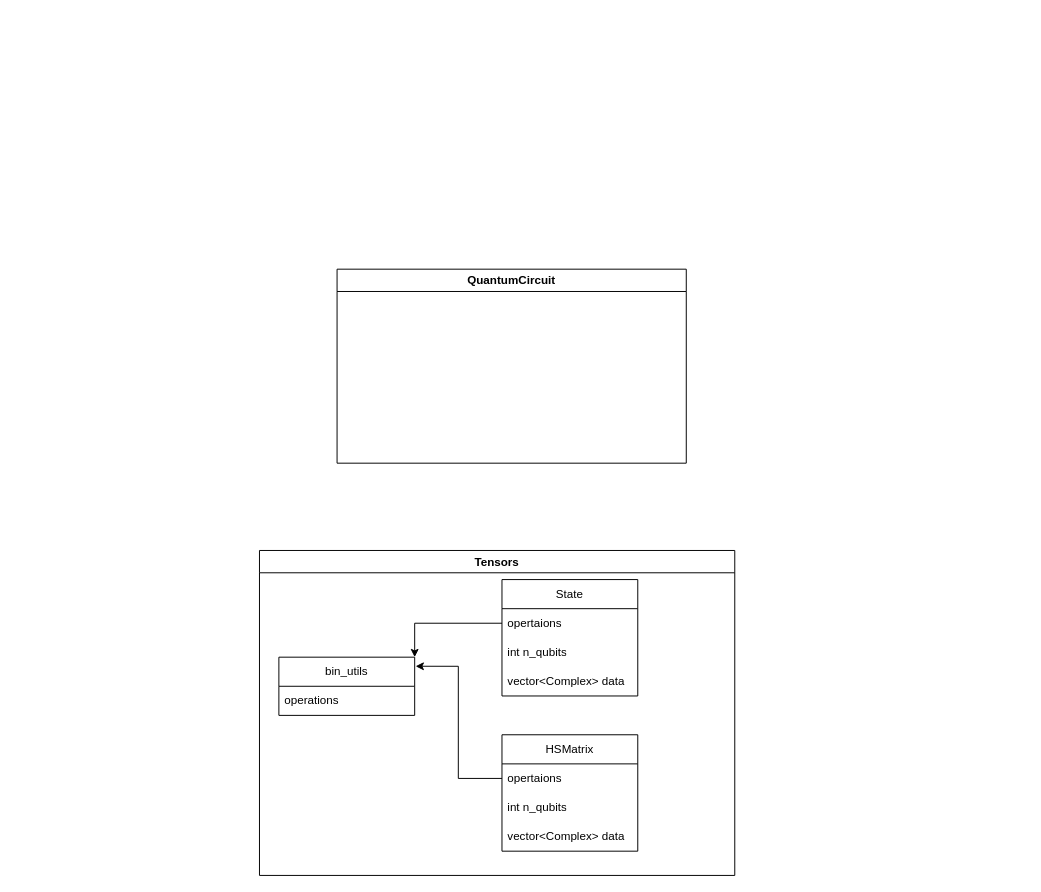
This is Untitled Diagram.drawio from DanilkaFish/QuantumSim, a draw.io file, before an edit. Source tidied: cells renumbered, new cells numbered last; positions are measured from the earlier drawing's top-left corner, leaving out a move shared by most shapes. Both pictures are drawn from the tidied source at 97%, with x=0, y=0 at pixel (259, 269).
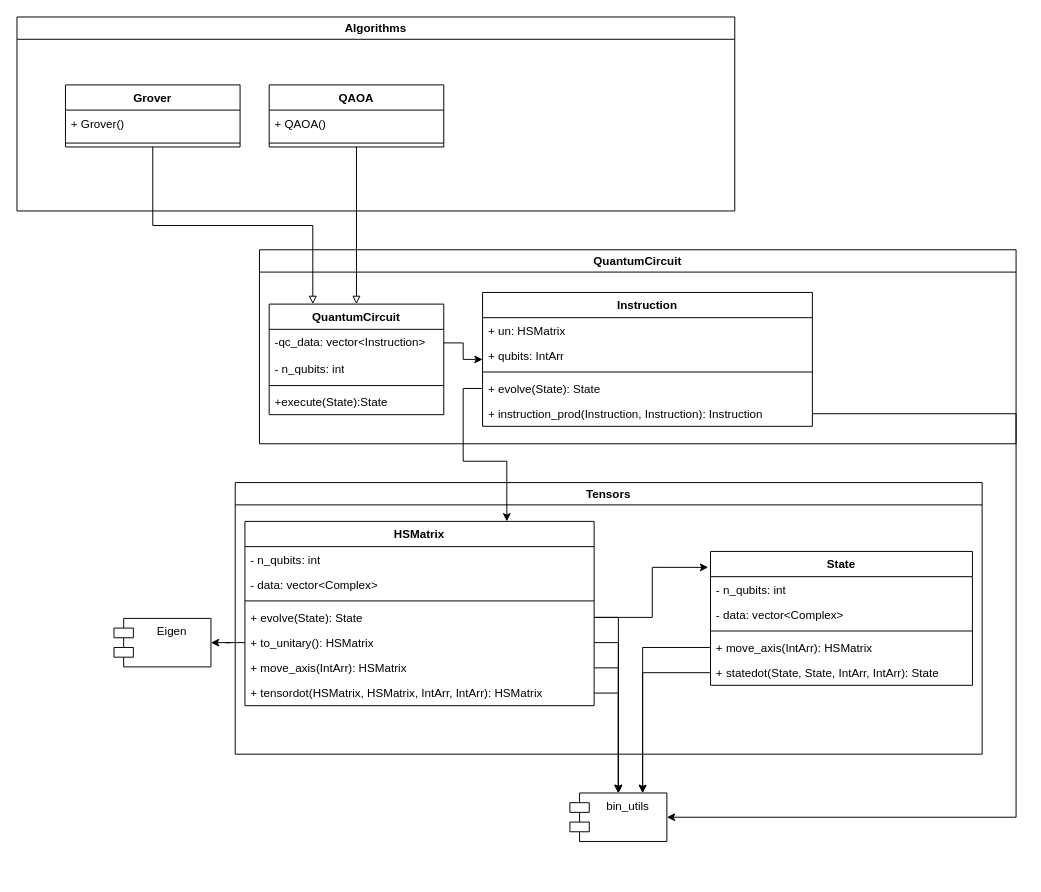
After the change.

Diff of the diagram source:
```diff
@@
     <mxCell id="2" value="&lt;div&gt;Tensors&lt;/div&gt;" style="swimlane;whiteSpace=wrap;html=1;rounded=0;" parent="1" vertex="1">
-      <mxGeometry y="290" width="490" height="335" as="geometry" />
+      <mxGeometry x="-25" y="220" width="770" height="280" as="geometry" />
     </mxCell>
+    <mxCell id="9" value="&lt;div&gt;HSMatrix&lt;/div&gt;" style="swimlane;fontStyle=1;align=center;verticalAlign=top;horizontal=1;startSize=26;whiteSpace=wrap;html=1;" parent="2" vertex="1">
+      <mxGeometry x="10" y="40" width="360" height="190" as="geometry" />
+    </mxCell>
+    <mxCell id="16" value="- n_qubits: int" style="text;strokeColor=none;fillColor=none;align=left;verticalAlign=top;spacingLeft=4;spacingRight=4;overflow=hidden;whiteSpace=wrap;html=1;" parent="9" vertex="1">
+      <mxGeometry y="26" width="360" height="26" as="geometry" />
+    </mxCell>
+    <mxCell id="17" value="- data:  vector&amp;lt;Complex&amp;gt; " style="text;strokeColor=none;fillColor=none;align=left;verticalAlign=top;spacingLeft=4;spacingRight=4;overflow=hidden;whiteSpace=wrap;html=1;" parent="9" vertex="1">
+      <mxGeometry y="52" width="360" height="26" as="geometry" />
+    </mxCell>
+    <mxCell id="18" style="line;strokeWidth=1;fillColor=none;align=left;verticalAlign=middle;spacingTop=-1;spacingLeft=3;spacingRight=3;labelPosition=right;strokeColor=inherit;" parent="9" vertex="1">
+      <mxGeometry y="78" width="360" height="8" as="geometry" />
+    </mxCell>
+    <mxCell id="19" value="+ evolve(State): State" style="text;strokeColor=none;fillColor=none;align=left;verticalAlign=top;spacingLeft=4;spacingRight=4;overflow=hidden;points=[[0,0.5],[1,0.5]];portConstraint=eastwest;whiteSpace=wrap;html=1;" parent="9" vertex="1">
+      <mxGeometry y="86" width="360" height="26" as="geometry" />
+    </mxCell>
+    <mxCell id="20" value="+ to_unitary(): HSMatrix" style="text;strokeColor=none;fillColor=none;align=left;verticalAlign=top;spacingLeft=4;spacingRight=4;overflow=hidden;points=[[0,0.5],[1,0.5]];portConstraint=eastwest;whiteSpace=wrap;html=1;" parent="9" vertex="1">
+      <mxGeometry y="112" width="360" height="26" as="geometry" />
+    </mxCell>
+    <mxCell id="21" value="+ move_axis(IntArr): HSMatrix" style="text;strokeColor=none;fillColor=none;align=left;verticalAlign=top;spacingLeft=4;spacingRight=4;overflow=hidden;points=[[0,0.5],[1,0.5]];portConstraint=eastwest;whiteSpace=wrap;html=1;" parent="9" vertex="1">
+      <mxGeometry y="138" width="360" height="26" as="geometry" />
+    </mxCell>
+    <mxCell id="22" value="+ tensordot(HSMatrix, HSMatrix, IntArr, IntArr): HSMatrix" style="text;strokeColor=none;fillColor=none;align=left;verticalAlign=top;spacingLeft=4;spacingRight=4;overflow=hidden;points=[[0,0.5],[1,0.5]];portConstraint=eastwest;whiteSpace=wrap;html=1;" parent="9" vertex="1">
+      <mxGeometry y="164" width="360" height="26" as="geometry" />
+    </mxCell>
+    <mxCell id="5" value="&lt;div&gt;State&lt;/div&gt;&lt;div&gt;&lt;br&gt;&lt;/div&gt;" style="swimlane;fontStyle=1;align=center;verticalAlign=top;horizontal=1;startSize=26;whiteSpace=wrap;html=1;" parent="2" vertex="1">
+      <mxGeometry x="490" y="71" width="270" height="138" as="geometry" />
+    </mxCell>
+    <mxCell id="23" value="- n_qubits: int" style="text;strokeColor=none;fillColor=none;align=left;verticalAlign=top;spacingLeft=4;spacingRight=4;overflow=hidden;whiteSpace=wrap;html=1;" parent="5" vertex="1">
+      <mxGeometry y="26" width="270" height="26" as="geometry" />
+    </mxCell>
+    <mxCell id="24" value="- data:  vector&amp;lt;Complex&amp;gt; " style="text;strokeColor=none;fillColor=none;align=left;verticalAlign=top;spacingLeft=4;spacingRight=4;overflow=hidden;whiteSpace=wrap;html=1;" parent="5" vertex="1">
+      <mxGeometry y="52" width="270" height="26" as="geometry" />
+    </mxCell>
+    <mxCell id="25" style="line;strokeWidth=1;fillColor=none;align=left;verticalAlign=middle;spacingTop=-1;spacingLeft=3;spacingRight=3;labelPosition=right;strokeColor=inherit;" parent="5" vertex="1">
+      <mxGeometry y="78" width="270" height="8" as="geometry" />
+    </mxCell>
+    <mxCell id="26" value="+ move_axis(IntArr): HSMatrix" style="text;strokeColor=none;fillColor=none;align=left;verticalAlign=top;spacingLeft=4;spacingRight=4;overflow=hidden;points=[[0,0.5],[1,0.5]];portConstraint=eastwest;whiteSpace=wrap;html=1;" parent="5" vertex="1">
+      <mxGeometry y="86" width="270" height="26" as="geometry" />
+    </mxCell>
+    <mxCell id="27" value="&lt;div&gt;+ statedot(State, State, IntArr, IntArr): State&lt;/div&gt;" style="text;strokeColor=none;fillColor=none;align=left;verticalAlign=top;spacingLeft=4;spacingRight=4;overflow=hidden;points=[[0,0.5],[1,0.5]];portConstraint=eastwest;whiteSpace=wrap;html=1;" parent="5" vertex="1">
+      <mxGeometry y="112" width="270" height="26" as="geometry" />
+    </mxCell>
+    <mxCell id="28" style="edgeStyle=orthogonalEdgeStyle;rounded=0;jettySize=auto;html=1;entryX=-0.009;entryY=0.119;entryDx=0;entryDy=0;entryPerimeter=0;" parent="2" edge="1" source="19" target="5">
+      <mxGeometry relative="1" as="geometry" />
+    </mxCell>
+    <mxCell id="15" value="&lt;div&gt;QuantumCircuit&lt;/div&gt;" style="swimlane;whiteSpace=wrap;html=1;" parent="1" vertex="1">
+      <mxGeometry y="-20" width="780" height="200" as="geometry" />
+    </mxCell>
+    <mxCell id="29" value="QuantumCircuit" style="swimlane;fontStyle=1;align=center;verticalAlign=top;horizontal=1;startSize=26;whiteSpace=wrap;html=1;" parent="15" vertex="1">
+      <mxGeometry x="10" y="56" width="180" height="114" as="geometry" />
+    </mxCell>
+    <mxCell id="30" value="&lt;div&gt;-qc_data: vector&amp;lt;Instruction&amp;gt;&lt;/div&gt;" style="text;strokeColor=none;fillColor=none;align=left;verticalAlign=top;spacingLeft=4;spacingRight=4;overflow=hidden;points=[[0,0.5],[1,0.5]];portConstraint=eastwest;whiteSpace=wrap;html=1;" parent="29" vertex="1">
+      <mxGeometry y="26" width="180" height="28" as="geometry" />
+    </mxCell>
+    <mxCell id="31" value="- n_qubits: int" style="text;strokeColor=none;fillColor=none;align=left;verticalAlign=top;spacingLeft=4;spacingRight=4;overflow=hidden;whiteSpace=wrap;html=1;" parent="29" vertex="1">
+      <mxGeometry y="54" width="180" height="26" as="geometry" />
+    </mxCell>
+    <mxCell id="32" style="line;strokeWidth=1;fillColor=none;align=left;verticalAlign=middle;spacingTop=-1;spacingLeft=3;spacingRight=3;labelPosition=right;strokeColor=inherit;" parent="29" vertex="1">
+      <mxGeometry y="80" width="180" height="8" as="geometry" />
+    </mxCell>
+    <mxCell id="33" value="+execute(State):State" style="text;strokeColor=none;fillColor=none;align=left;verticalAlign=top;spacingLeft=4;spacingRight=4;overflow=hidden;whiteSpace=wrap;html=1;" parent="29" vertex="1">
+      <mxGeometry y="88" width="180" height="26" as="geometry" />
+    </mxCell>
+    <mxCell id="34" value="Instruction" style="swimlane;fontStyle=1;align=center;verticalAlign=top;horizontal=1;startSize=26;whiteSpace=wrap;html=1;" parent="15" vertex="1">
+      <mxGeometry x="230" y="44" width="340" height="138" as="geometry" />
+    </mxCell>
+    <mxCell id="35" value="+ un: HSMatrix" style="text;strokeColor=none;fillColor=none;align=left;verticalAlign=top;spacingLeft=4;spacingRight=4;overflow=hidden;whiteSpace=wrap;html=1;" parent="34" vertex="1">
+      <mxGeometry y="26" width="340" height="26" as="geometry" />
+    </mxCell>
+    <mxCell id="36" value="+ qubits: IntArr" style="text;strokeColor=none;fillColor=none;align=left;verticalAlign=top;spacingLeft=4;spacingRight=4;overflow=hidden;whiteSpace=wrap;html=1;" parent="34" vertex="1">
+      <mxGeometry y="52" width="340" height="26" as="geometry" />
+    </mxCell>
+    <mxCell id="37" style="line;strokeWidth=1;fillColor=none;align=left;verticalAlign=middle;spacingTop=-1;spacingLeft=3;spacingRight=3;labelPosition=right;strokeColor=inherit;" parent="34" vertex="1">
+      <mxGeometry y="78" width="340" height="8" as="geometry" />
+    </mxCell>
+    <mxCell id="38" value="+ evolve(State): State" style="text;strokeColor=none;fillColor=none;align=left;verticalAlign=top;spacingLeft=4;spacingRight=4;overflow=hidden;points=[[0,0.5],[1,0.5]];portConstraint=eastwest;whiteSpace=wrap;html=1;" parent="34" vertex="1">
+      <mxGeometry y="86" width="340" height="26" as="geometry" />
+    </mxCell>
+    <mxCell id="39" value="+ instruction_prod(Instruction, Instruction): Instruction" style="text;strokeColor=none;fillColor=none;align=left;verticalAlign=top;spacingLeft=4;spacingRight=4;overflow=hidden;points=[[0,0.5],[1,0.5]];portConstraint=eastwest;whiteSpace=wrap;html=1;" parent="34" vertex="1">
+      <mxGeometry y="112" width="340" height="26" as="geometry" />
+    </mxCell>
+    <mxCell id="40" style="edgeStyle=orthogonalEdgeStyle;rounded=0;jettySize=auto;html=1;" parent="15" edge="1" source="30" target="34">
+      <mxGeometry relative="1" as="geometry" />
+    </mxCell>
+    <mxCell id="41" value="&lt;div&gt;Algorithms&lt;/div&gt;" style="swimlane;whiteSpace=wrap;html=1;" parent="1" vertex="1">
+      <mxGeometry x="-250" y="-260" width="740" height="200" as="geometry" />
+    </mxCell>
+    <mxCell id="42" value="Grover" style="swimlane;fontStyle=1;align=center;verticalAlign=top;horizontal=1;startSize=26;whiteSpace=wrap;html=1;" parent="41" vertex="1">
+      <mxGeometry x="50" y="70" width="180" height="64" as="geometry" />
+    </mxCell>
+    <mxCell id="43" value="+ Grover()" style="text;strokeColor=none;fillColor=none;align=left;verticalAlign=middle;spacingLeft=4;spacingRight=4;overflow=hidden;whiteSpace=wrap;html=1;" parent="42" vertex="1">
+      <mxGeometry y="26" width="180" height="30" as="geometry" />
+    </mxCell>
+    <mxCell id="44" style="line;strokeWidth=1;fillColor=none;align=left;verticalAlign=middle;spacingTop=-1;spacingLeft=3;spacingRight=3;labelPosition=right;strokeColor=inherit;" parent="42" vertex="1">
+      <mxGeometry y="56" width="180" height="8" as="geometry" />
+    </mxCell>
+    <mxCell id="45" value="&lt;div&gt;QAOA&lt;/div&gt;" style="swimlane;fontStyle=1;align=center;verticalAlign=top;horizontal=1;startSize=26;whiteSpace=wrap;html=1;" parent="41" vertex="1">
+      <mxGeometry x="260" y="70" width="180" height="64" as="geometry" />
+    </mxCell>
+    <mxCell id="46" value="+ QAOA()" style="text;strokeColor=none;fillColor=none;align=left;verticalAlign=middle;spacingLeft=4;spacingRight=4;overflow=hidden;whiteSpace=wrap;html=1;" parent="45" vertex="1">
+      <mxGeometry y="26" width="180" height="30" as="geometry" />
+    </mxCell>
+    <mxCell id="47" style="line;strokeWidth=1;fillColor=none;align=left;verticalAlign=middle;spacingTop=-1;spacingLeft=3;spacingRight=3;labelPosition=right;strokeColor=inherit;" parent="45" vertex="1">
+      <mxGeometry y="56" width="180" height="8" as="geometry" />
+    </mxCell>
+    <mxCell id="48" value="&lt;div&gt;Eigen&lt;/div&gt;&lt;div&gt;&lt;br&gt;&lt;/div&gt;" style="shape=module;align=left;spacingLeft=20;align=center;verticalAlign=top;whiteSpace=wrap;html=1;" parent="1" vertex="1">
+      <mxGeometry x="-150" y="360" width="100" height="50" as="geometry" />
+    </mxCell>
+    <mxCell id="49" style="edgeStyle=orthogonalEdgeStyle;rounded=0;jettySize=auto;html=1;" parent="1" edge="1" source="20" target="48">
+      <mxGeometry relative="1" as="geometry" />
+    </mxCell>
-    <mxCell id="3" value="&lt;div&gt;bin_utils&lt;/div&gt;" style="swimlane;fontStyle=0;horizontal=1;startSize=30;whiteSpace=wrap;html=1;" parent="2" vertex="1">
-      <mxGeometry x="20" y="110" width="140" height="60" as="geometry" />
+    <mxCell id="3" value="&lt;div&gt;bin_utils&lt;/div&gt;" style="shape=module;align=left;spacingLeft=20;align=center;verticalAlign=top;whiteSpace=wrap;html=1;" parent="1" vertex="1">
+      <mxGeometry x="320" y="540" width="100" height="50" as="geometry" />
     </mxCell>
-    <mxCell id="4" value="operations" style="text;strokeColor=none;fillColor=none;align=left;verticalAlign=middle;spacingLeft=4;spacingRight=4;overflow=hidden;whiteSpace=wrap;html=1;" parent="3" vertex="1">
-      <mxGeometry y="30" width="140" height="30" as="geometry" />
-    </mxCell>
-    <mxCell id="5" value="State" style="swimlane;fontStyle=0;horizontal=1;startSize=30;whiteSpace=wrap;html=1;swimlaneLine=1;" parent="2" vertex="1">
-      <mxGeometry x="250" y="30" width="140" height="120" as="geometry" />
-    </mxCell>
-    <mxCell id="6" value="&lt;div&gt;opertaions&lt;/div&gt;" style="text;strokeColor=none;fillColor=none;align=left;verticalAlign=middle;spacingLeft=4;spacingRight=4;overflow=hidden;points=[[0,0.5],[1,0.5]];portConstraint=eastwest;whiteSpace=wrap;html=1;" parent="5" vertex="1">
-      <mxGeometry y="30" width="140" height="30" as="geometry" />
-    </mxCell>
-    <mxCell id="7" value="int n_qubits" style="text;strokeColor=none;fillColor=none;align=left;verticalAlign=middle;spacingLeft=4;spacingRight=4;overflow=hidden;whiteSpace=wrap;html=1;" parent="5" vertex="1">
-      <mxGeometry y="60" width="140" height="30" as="geometry" />
-    </mxCell>
-    <mxCell id="8" value="&lt;div&gt;vector&amp;lt;Complex&amp;gt; data&lt;/div&gt;" style="text;strokeColor=none;fillColor=none;align=left;verticalAlign=middle;spacingLeft=4;spacingRight=4;overflow=hidden;whiteSpace=wrap;html=1;" parent="5" vertex="1">
-      <mxGeometry y="90" width="140" height="30" as="geometry" />
-    </mxCell>
-    <mxCell id="9" value="&lt;div&gt;HSMatrix&lt;/div&gt;" style="swimlane;fontStyle=0;horizontal=1;startSize=30;whiteSpace=wrap;html=1;swimlaneLine=1;" parent="2" vertex="1">
-      <mxGeometry x="250" y="190" width="140" height="120" as="geometry" />
-    </mxCell>
-    <mxCell id="10" value="&lt;div&gt;opertaions&lt;/div&gt;" style="text;strokeColor=none;fillColor=none;align=left;verticalAlign=middle;spacingLeft=4;spacingRight=4;overflow=hidden;points=[[0,0.5],[1,0.5]];portConstraint=eastwest;whiteSpace=wrap;html=1;" parent="9" vertex="1">
-      <mxGeometry y="30" width="140" height="30" as="geometry" />
-    </mxCell>
-    <mxCell id="11" value="int n_qubits" style="text;strokeColor=none;fillColor=none;align=left;verticalAlign=middle;spacingLeft=4;spacingRight=4;overflow=hidden;whiteSpace=wrap;html=1;" parent="9" vertex="1">
-      <mxGeometry y="60" width="140" height="30" as="geometry" />
-    </mxCell>
-    <mxCell id="12" value="&lt;div&gt;vector&amp;lt;Complex&amp;gt; data&lt;/div&gt;" style="text;strokeColor=none;fillColor=none;align=left;verticalAlign=middle;spacingLeft=4;spacingRight=4;overflow=hidden;whiteSpace=wrap;html=1;" parent="9" vertex="1">
-      <mxGeometry y="90" width="140" height="30" as="geometry" />
-    </mxCell>
-    <mxCell id="13" style="edgeStyle=orthogonalEdgeStyle;rounded=0;jettySize=auto;html=1;entryX=1.007;entryY=0.156;entryDx=0;entryDy=0;entryPerimeter=0;" parent="2" edge="1" source="10" target="3">
-      <mxGeometry relative="1" as="geometry" />
-    </mxCell>
-    <mxCell id="14" style="edgeStyle=orthogonalEdgeStyle;rounded=0;jettySize=auto;html=1;entryX=1;entryY=0;entryDx=0;entryDy=0;" parent="2" edge="1" source="6" target="3">
-      <mxGeometry relative="1" as="geometry" />
-    </mxCell>
-    <mxCell id="15" value="&lt;div&gt;QuantumCircuit&lt;/div&gt;" style="swimlane;whiteSpace=wrap;html=1;" parent="1" vertex="1">
-      <mxGeometry x="80" width="360" height="200" as="geometry" />
-    </mxCell>
+    <mxCell id="50" style="edgeStyle=orthogonalEdgeStyle;rounded=0;jettySize=auto;html=1;entryX=0.5;entryY=0;entryDx=0;entryDy=0;" parent="1" edge="1" source="22" target="3">
+      <mxGeometry relative="1" as="geometry" />
+    </mxCell>
+    <mxCell id="51" style="rounded=0;jettySize=auto;html=1;edgeStyle=orthogonalEdgeStyle;entryX=0.5;entryY=0;entryDx=0;entryDy=0;" parent="1" edge="1" source="21" target="3">
+      <mxGeometry relative="1" as="geometry" />
+    </mxCell>
+    <mxCell id="52" style="edgeStyle=orthogonalEdgeStyle;rounded=0;jettySize=auto;html=1;entryX=0.75;entryY=0;entryDx=0;entryDy=0;" parent="1" edge="1" source="26" target="3">
+      <mxGeometry relative="1" as="geometry" />
+    </mxCell>
+    <mxCell id="53" style="edgeStyle=orthogonalEdgeStyle;rounded=0;jettySize=auto;html=1;entryX=0.5;entryY=0;entryDx=0;entryDy=0;" parent="1" edge="1" source="19" target="3">
+      <mxGeometry relative="1" as="geometry" />
+    </mxCell>
+    <mxCell id="54" style="edgeStyle=orthogonalEdgeStyle;rounded=0;jettySize=auto;html=1;entryX=0.75;entryY=0;entryDx=0;entryDy=0;" parent="1" edge="1" source="27" target="3">
+      <mxGeometry relative="1" as="geometry" />
+    </mxCell>
+    <mxCell id="55" style="edgeStyle=orthogonalEdgeStyle;rounded=0;jettySize=auto;html=1;entryX=0.5;entryY=0;entryDx=0;entryDy=0;" parent="1" edge="1" source="20" target="3">
+      <mxGeometry relative="1" as="geometry" />
+    </mxCell>
+    <mxCell id="56" style="edgeStyle=orthogonalEdgeStyle;rounded=0;jettySize=auto;html=1;exitX=0;exitY=0.5;exitDx=0;exitDy=0;entryX=0.75;entryY=0;entryDx=0;entryDy=0;" parent="1" edge="1" source="38" target="9">
+      <mxGeometry relative="1" as="geometry" />
+    </mxCell>
+    <mxCell id="57" style="edgeStyle=orthogonalEdgeStyle;rounded=0;jettySize=auto;html=1;exitX=1;exitY=0.5;exitDx=0;exitDy=0;entryX=1;entryY=0.5;entryDx=0;entryDy=0;" parent="1" edge="1" source="39" target="3">
+      <mxGeometry relative="1" as="geometry">
+        <Array as="points">
+          <mxPoint x="780" y="149" />
+          <mxPoint x="780" y="565" />
+        </Array>
+      </mxGeometry>
+    </mxCell>
+    <mxCell id="58" style="edgeStyle=orthogonalEdgeStyle;rounded=0;jettySize=auto;html=1;entryX=0.25;entryY=0;entryDx=0;entryDy=0;endArrow=block;endFill=0;exitX=0.5;exitY=1;exitDx=0;exitDy=0;" parent="1" edge="1" source="42" target="29">
+      <mxGeometry relative="1" as="geometry" />
+    </mxCell>
+    <mxCell id="59" style="edgeStyle=orthogonalEdgeStyle;rounded=0;jettySize=auto;html=1;entryX=0.5;entryY=0;entryDx=0;entryDy=0;endArrow=block;endFill=0;" parent="1" edge="1" source="45" target="29">
+      <mxGeometry relative="1" as="geometry" />
+    </mxCell>
```
